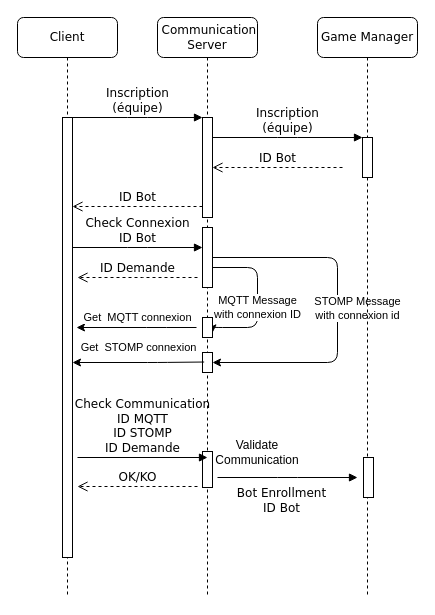
Earlier version of the draw.io diagram Spécifications/diag_seq/enrollment.drawio (TalLC/battlebot). Source tidied: cells renumbered, new cells numbered last; positions are measured from the earlier drawing's top-left corner, leaving out a move shared by most shapes. Both pictures are drawn from the tidied source at 100%, with x=0, y=0 at pixel (17, 17).
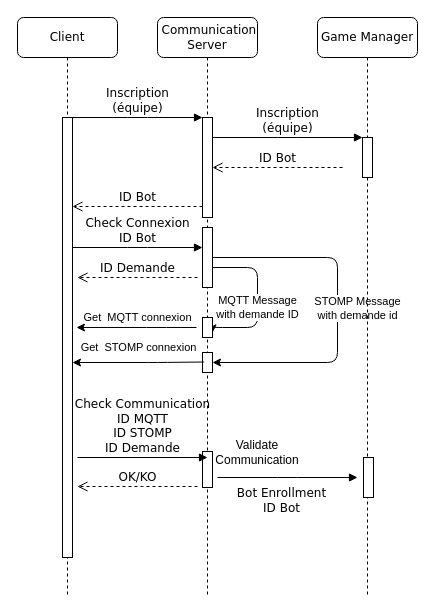
The same diagram, later.

Unchanged cells that the change refers to:
```xml
<mxCell id="2" value="&amp;nbsp;Communication&lt;br&gt;Server" style="shape=umlLifeline;perimeter=lifelinePerimeter;whiteSpace=wrap;html=1;rounded=1;shadow=0;comic=0;labelBackgroundColor=none;strokeWidth=1;fontFamily=Verdana;fontSize=12;align=center;" parent="1" vertex="1">
  <mxGeometry x="140" width="100" height="580" as="geometry" />
</mxCell>
<mxCell id="7" style="html=1;points=[];perimeter=orthogonalPerimeter;rounded=0;shadow=0;comic=0;labelBackgroundColor=none;strokeWidth=1;fontFamily=Verdana;fontSize=12;align=center;" parent="2" vertex="1">
  <mxGeometry x="45" y="210" width="10" height="60" as="geometry" />
</mxCell>
<mxCell id="9" style="html=1;points=[];perimeter=orthogonalPerimeter;rounded=0;shadow=0;comic=0;labelBackgroundColor=none;strokeWidth=1;fontFamily=Verdana;fontSize=12;align=center;" parent="2" vertex="1">
  <mxGeometry x="45" y="300" width="10" height="20" as="geometry" />
</mxCell>
<mxCell id="10" style="html=1;points=[];perimeter=orthogonalPerimeter;rounded=0;shadow=0;comic=0;labelBackgroundColor=none;strokeWidth=1;fontFamily=Verdana;fontSize=12;align=center;" parent="2" vertex="1">
  <mxGeometry x="45" y="335" width="10" height="20" as="geometry" />
</mxCell>
```

What changed in the source:
```diff
@@
-    <mxCell id="5" value="MQTT Message&lt;br&gt;with connexion ID" style="edgeStyle=orthogonalEdgeStyle;html=1;entryX=1.001;entryY=0.77;entryDx=0;entryDy=0;entryPerimeter=0;" parent="2" edge="1" source="7" target="9">
+    <mxCell id="5" value="MQTT Message&lt;br&gt;with demande ID" style="edgeStyle=orthogonalEdgeStyle;html=1;entryX=1.001;entryY=0.77;entryDx=0;entryDy=0;entryPerimeter=0;" parent="2" edge="1" source="7" target="9">
       <mxGeometry x="0.09" relative="1" as="geometry">
         <Array as="points">
           <mxPoint x="100" y="250" />
           <mxPoint x="100" y="310" />
           <mxPoint x="55" y="310" />
         </Array>
       </mxGeometry>
     </mxCell>
-    <mxCell id="6" value="STOMP Message&lt;br&gt;with connexion id" style="edgeStyle=orthogonalEdgeStyle;html=1;" parent="2" edge="1" source="7" target="10">
+    <mxCell id="6" value="STOMP Message&lt;br&gt;with demande id" style="edgeStyle=orthogonalEdgeStyle;html=1;" parent="2" edge="1" source="7" target="10">
       <mxGeometry x="-0.01" y="20" relative="1" as="geometry">
         <Array as="points">
           <mxPoint x="180" y="240" />
           <mxPoint x="180" y="345" />
         </Array>
       </mxGeometry>
     </mxCell>
```
